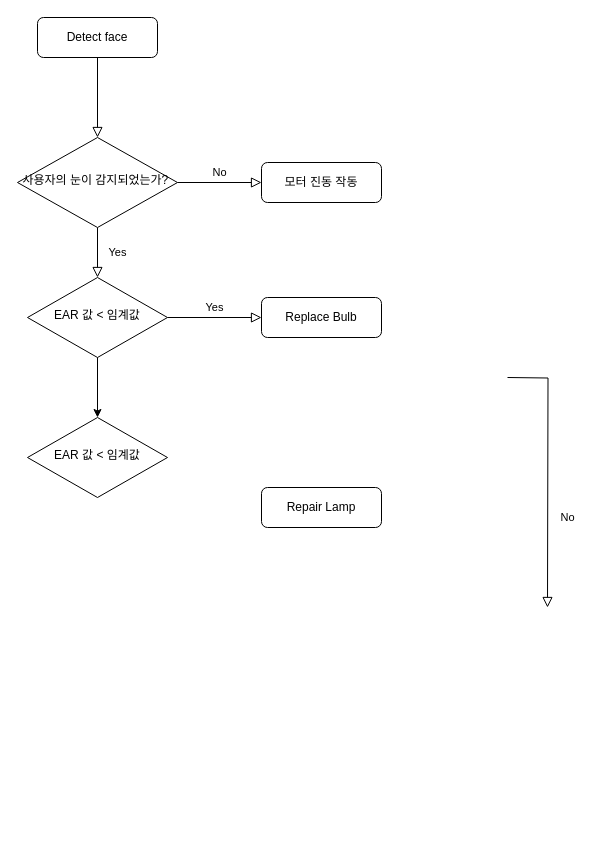
TheHaengwoon/Deeplearning keeps this draw.io diagram as Untitled Diagram.drawio. Above is the earlier version. Source tidied: cells renumbered, new cells numbered last; positions are measured from the earlier drawing's top-left corner, leaving out a move shared by most shapes. Both pictures are drawn from the tidied source at 100%, with x=0, y=0 at pixel (17, 17).
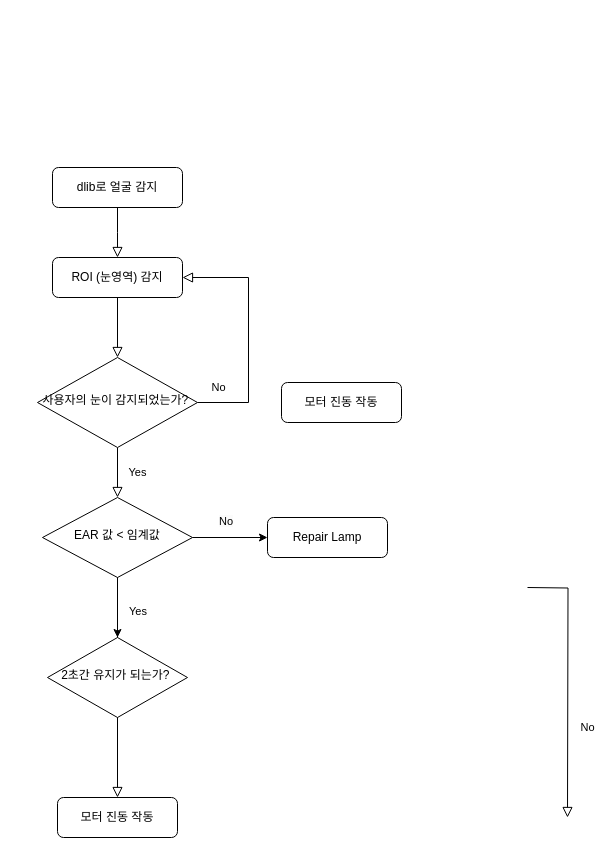
After the change.

Change to the diagram source:
```diff
@@
-    <mxCell id="3" value="Detect face" style="rounded=1;whiteSpace=wrap;html=1;fontSize=12;glass=0;strokeWidth=1;shadow=0;" parent="1" vertex="1">
-      <mxGeometry x="20" width="120" height="40" as="geometry" />
+    <mxCell id="3" value="ROI (눈영역) 감지" style="rounded=1;whiteSpace=wrap;html=1;fontSize=12;glass=0;strokeWidth=1;shadow=0;" parent="1" vertex="1">
+      <mxGeometry x="35" y="240" width="130" height="40" as="geometry" />
     </mxCell>
@@
-    <mxCell id="5" value="No" style="edgeStyle=orthogonalEdgeStyle;rounded=0;html=1;jettySize=auto;fontSize=11;endArrow=block;endFill=0;endSize=8;strokeWidth=1;shadow=0;labelBackgroundColor=none;" parent="1" edge="1" source="6" target="7">
-      <mxGeometry y="10" relative="1" as="geometry" />
+    <mxCell id="5" value="No" style="edgeStyle=orthogonalEdgeStyle;rounded=0;html=1;jettySize=auto;fontSize=11;endArrow=block;endFill=0;endSize=8;strokeWidth=1;shadow=0;labelBackgroundColor=none;entryX=1;entryY=0.5;entryDx=0;entryDy=0;" parent="1" edge="1" source="6" target="3">
+      <mxGeometry x="-0.83" y="15" relative="1" as="geometry">
+        <Array as="points">
+          <mxPoint x="231" y="385" />
+          <mxPoint x="231" y="260" />
+        </Array>
+      </mxGeometry>
     </mxCell>
     <mxCell id="6" value="사용자의 눈이 감지되었는가?&amp;nbsp;" style="rhombus;whiteSpace=wrap;html=1;shadow=0;fontFamily=Helvetica;fontSize=12;align=center;strokeWidth=1;spacing=6;spacingTop=-4;" parent="1" vertex="1">
-      <mxGeometry y="120" width="160" height="90" as="geometry" />
+      <mxGeometry x="20" y="340" width="160" height="90" as="geometry" />
     </mxCell>
     <mxCell id="7" value="모터 진동 작동" style="rounded=1;whiteSpace=wrap;html=1;fontSize=12;glass=0;strokeWidth=1;shadow=0;" parent="1" vertex="1">
-      <mxGeometry x="244" y="145" width="120" height="40" as="geometry" />
+      <mxGeometry x="264" y="365" width="120" height="40" as="geometry" />
     </mxCell>
     <mxCell id="8" value="No" style="rounded=0;html=1;jettySize=auto;orthogonalLoop=1;fontSize=11;endArrow=block;endFill=0;endSize=8;strokeWidth=1;shadow=0;labelBackgroundColor=none;edgeStyle=orthogonalEdgeStyle;" parent="1" edge="1">
       <mxGeometry x="0.33" y="20" relative="1" as="geometry">
-        <mxPoint x="490" y="360" as="sourcePoint" />
-        <mxPoint x="530" y="590" as="targetPoint" />
+        <mxPoint x="510" y="570" as="sourcePoint" />
+        <mxPoint x="550" y="800" as="targetPoint" />
       </mxGeometry>
     </mxCell>
@@
     <mxCell id="10" value="EAR 값 &amp;lt; 임계값" style="rhombus;whiteSpace=wrap;html=1;shadow=0;fontFamily=Helvetica;fontSize=12;align=center;strokeWidth=1;spacing=6;spacingTop=-4;" parent="1" vertex="1">
-      <mxGeometry x="10" y="260" width="140" height="80" as="geometry" />
+      <mxGeometry x="25" y="480" width="150" height="80" as="geometry" />
     </mxCell>
     <mxCell id="11" value="Repair Lamp" style="rounded=1;whiteSpace=wrap;html=1;fontSize=12;glass=0;strokeWidth=1;shadow=0;" parent="1" vertex="1">
-      <mxGeometry x="244" y="470" width="120" height="40" as="geometry" />
+      <mxGeometry x="250" y="500" width="120" height="40" as="geometry" />
     </mxCell>
-    <mxCell id="12" value="Replace Bulb" style="rounded=1;whiteSpace=wrap;html=1;fontSize=12;glass=0;strokeWidth=1;shadow=0;" parent="1" vertex="1">
-      <mxGeometry x="244" y="280" width="120" height="40" as="geometry" />
+    <mxCell id="12" value="모터 진동 작동" style="rounded=1;whiteSpace=wrap;html=1;fontSize=12;glass=0;strokeWidth=1;shadow=0;" parent="1" vertex="1">
+      <mxGeometry x="40" y="780" width="120" height="40" as="geometry" />
     </mxCell>
-    <mxCell id="13" value="EAR 값 &amp;lt; 임계값" style="rhombus;whiteSpace=wrap;html=1;shadow=0;fontFamily=Helvetica;fontSize=12;align=center;strokeWidth=1;spacing=6;spacingTop=-4;" parent="1" vertex="1">
-      <mxGeometry x="10" y="400" width="140" height="80" as="geometry" />
+    <mxCell id="13" value="2초간 유지가 되는가?&amp;nbsp;" style="rhombus;whiteSpace=wrap;html=1;shadow=0;fontFamily=Helvetica;fontSize=12;align=center;strokeWidth=1;spacing=6;spacingTop=-4;" parent="1" vertex="1">
+      <mxGeometry x="30" y="620" width="140" height="80" as="geometry" />
     </mxCell>
     <mxCell id="14" style="endArrow=classic;html=1;rounded=0;" parent="1" edge="1">
       <mxGeometry relative="1" as="geometry">
-        <mxPoint x="80" y="340" as="sourcePoint" />
-        <mxPoint x="80" y="400" as="targetPoint" />
+        <mxPoint x="100" y="560" as="sourcePoint" />
+        <mxPoint x="100" y="620" as="targetPoint" />
       </mxGeometry>
     </mxCell>
+    <mxCell id="15" style="rounded=0;html=1;jettySize=auto;fontSize=11;endArrow=block;endFill=0;endSize=8;strokeWidth=1;shadow=0;labelBackgroundColor=none;edgeStyle=orthogonalEdgeStyle;" parent="1" edge="1" source="16">
+      <mxGeometry relative="1" as="geometry">
+        <mxPoint x="100" y="240" as="targetPoint" />
+      </mxGeometry>
+    </mxCell>
+    <mxCell id="16" value="dlib로 얼굴 감지" style="rounded=1;whiteSpace=wrap;html=1;fontSize=12;glass=0;strokeWidth=1;shadow=0;" parent="1" vertex="1">
+      <mxGeometry x="35" y="150" width="130" height="40" as="geometry" />
+    </mxCell>
+    <mxCell id="17" value="&lt;div style=&quot;text-align: center;&quot;&gt;&lt;span style=&quot;background-color: initial; font-size: 11px;&quot;&gt;Yes&lt;/span&gt;&lt;/div&gt;" style="text;whiteSpace=wrap;html=1;" parent="1" vertex="1">
+      <mxGeometry x="110" y="580" width="50" height="40" as="geometry" />
+    </mxCell>
+    <mxCell id="18" style="endArrow=classic;html=1;rounded=0;exitX=1;exitY=0.5;exitDx=0;exitDy=0;entryX=0;entryY=0.5;entryDx=0;entryDy=0;" parent="1" edge="1" source="10" target="11">
+      <mxGeometry relative="1" as="geometry" />
+    </mxCell>
+    <mxCell id="19" value="&lt;span style=&quot;color: rgb(0, 0, 0); font-family: Helvetica; font-size: 11px; font-style: normal; font-variant-ligatures: normal; font-variant-caps: normal; font-weight: 400; letter-spacing: normal; orphans: 2; text-align: center; text-indent: 0px; text-transform: none; widows: 2; word-spacing: 0px; -webkit-text-stroke-width: 0px; background-color: rgb(251, 251, 251); text-decoration-thickness: initial; text-decoration-style: initial; text-decoration-color: initial; float: none; display: inline !important;&quot;&gt;No&lt;/span&gt;" style="text;whiteSpace=wrap;html=1;" parent="1" vertex="1">
+      <mxGeometry x="200" y="490" width="20" height="20" as="geometry" />
+    </mxCell>
```
